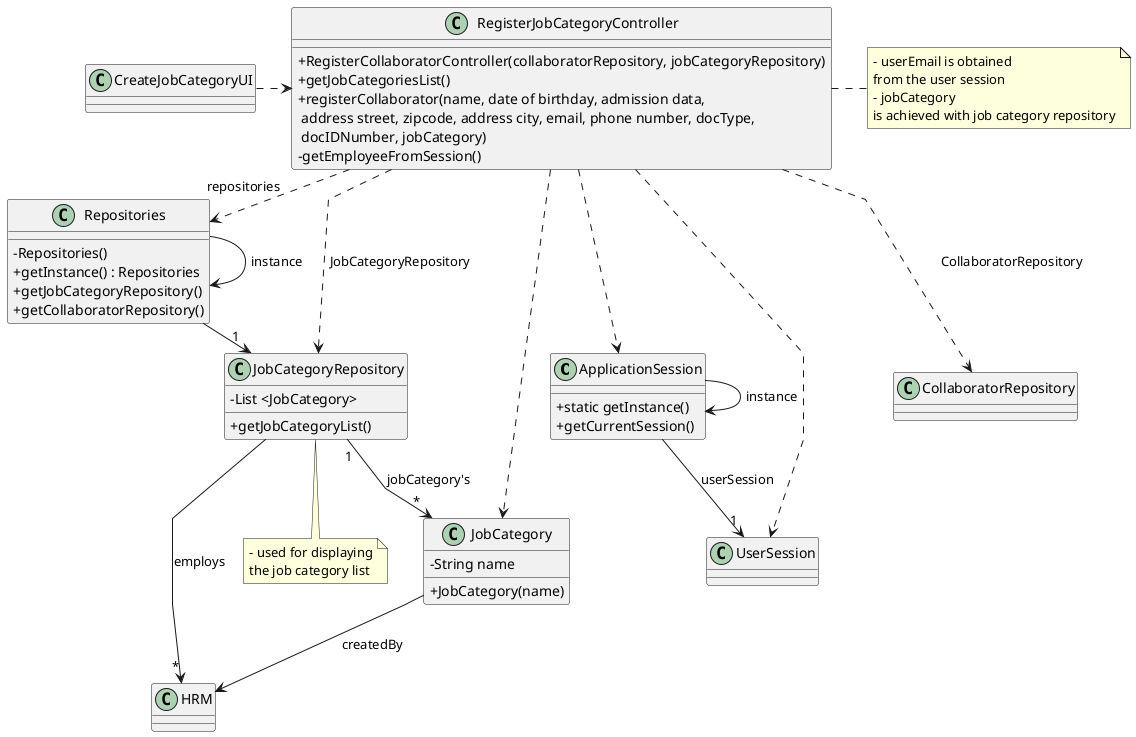
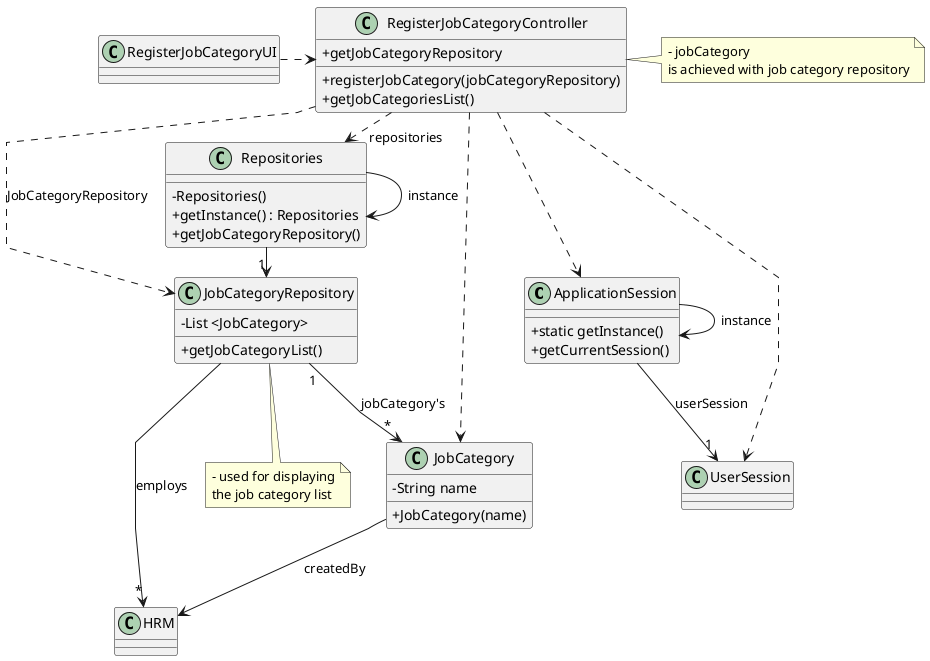
@startuml
'skinparam monochrome true
skinparam packageStyle rectangle
skinparam shadowing false
skinparam linetype polyline
'skinparam linetype orto

skinparam classAttributeIconSize 0

'left to right direction

class ApplicationSession{
    + static getInstance()
    + getCurrentSession()
}

class UserSession{
}

class HRM {
}

class JobCategory {
    - String name
    + JobCategory(name)
}



class JobCategoryRepository {
    - List <JobCategory>
    + getJobCategoryList()
}


class Repositories {
    - Repositories()
    + getInstance() : Repositories
    + getJobCategoryRepository()
-     + getCollaboratorRepository()
+ 
}

class RegisterJobCategoryController{
-     + RegisterCollaboratorController(collaboratorRepository, jobCategoryRepository)
+     + registerJobCategory(jobCategoryRepository)
    + getJobCategoriesList()
-     + registerCollaborator(name, date of birthday, admission data,\n address street, zipcode, address city, email, phone number, docType,\n docIDNumber, jobCategory)
-     - getEmployeeFromSession()
+     + getJobCategoryRepository
}

note right of RegisterJobCategoryController
-     - userEmail is obtained
-     from the user session
    - jobCategory
    is achieved with job category repository
end note

note bottom of JobCategoryRepository
    - used for displaying
    the job category list
end note

- class CreateJobCategoryUI {
+ class RegisterJobCategoryUI {
}

Repositories -> Repositories : instance
ApplicationSession -> ApplicationSession : instance

- CreateJobCategoryUI .> RegisterJobCategoryController
+ RegisterJobCategoryUI .> RegisterJobCategoryController

RegisterJobCategoryController .> Repositories : repositories

Repositories -> "1" JobCategoryRepository
RegisterJobCategoryController ..> JobCategory
- RegisterJobCategoryController ..> CollaboratorRepository : CollaboratorRepository
RegisterJobCategoryController ..> JobCategoryRepository : JobCategoryRepository


ApplicationSession --> "1" UserSession : userSession

RegisterJobCategoryController ..> ApplicationSession
RegisterJobCategoryController ..> UserSession

JobCategoryRepository "1" --> "*" JobCategory : jobCategory's

JobCategory --> HRM : createdBy

JobCategoryRepository --> "*" HRM : employs

@enduml